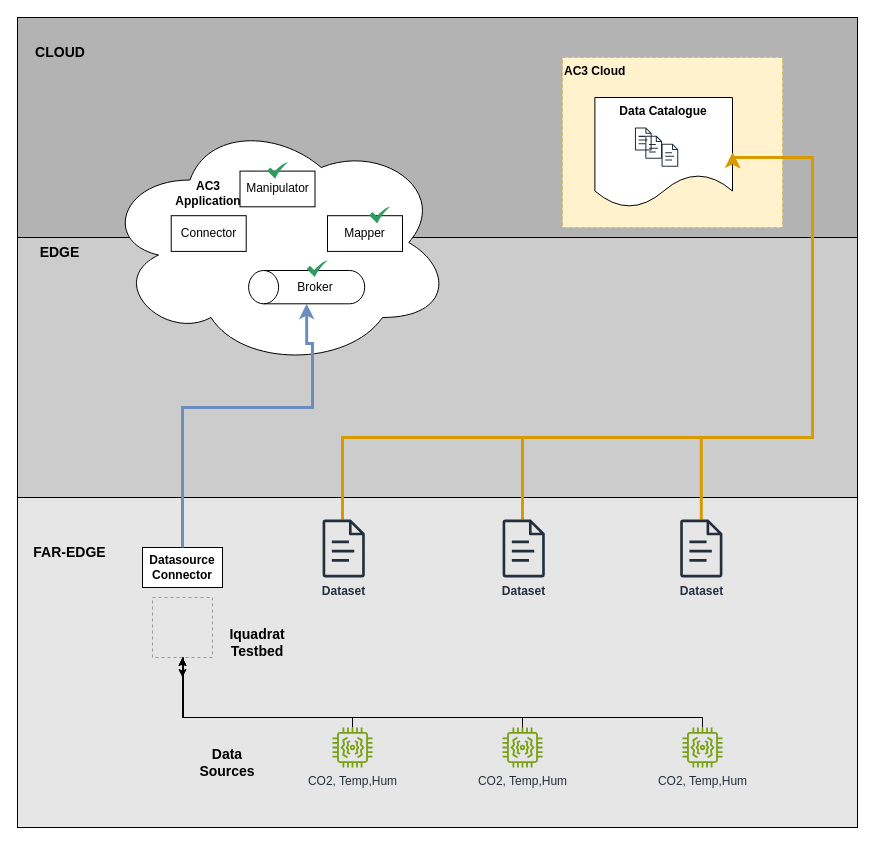
Earlier version of the draw.io diagram Untitled Diagram.drawio (jojedaiqu/ac3_diagrams). Source tidied: cells renumbered, new cells numbered last; positions are measured from the earlier drawing's top-left corner, leaving out a move shared by most shapes. Both pictures are drawn from the tidied source at 100%, with x=0, y=0 at pixel (17, 17). Pictures stored in the file or linked from it are replaced by grey dashed boxes.
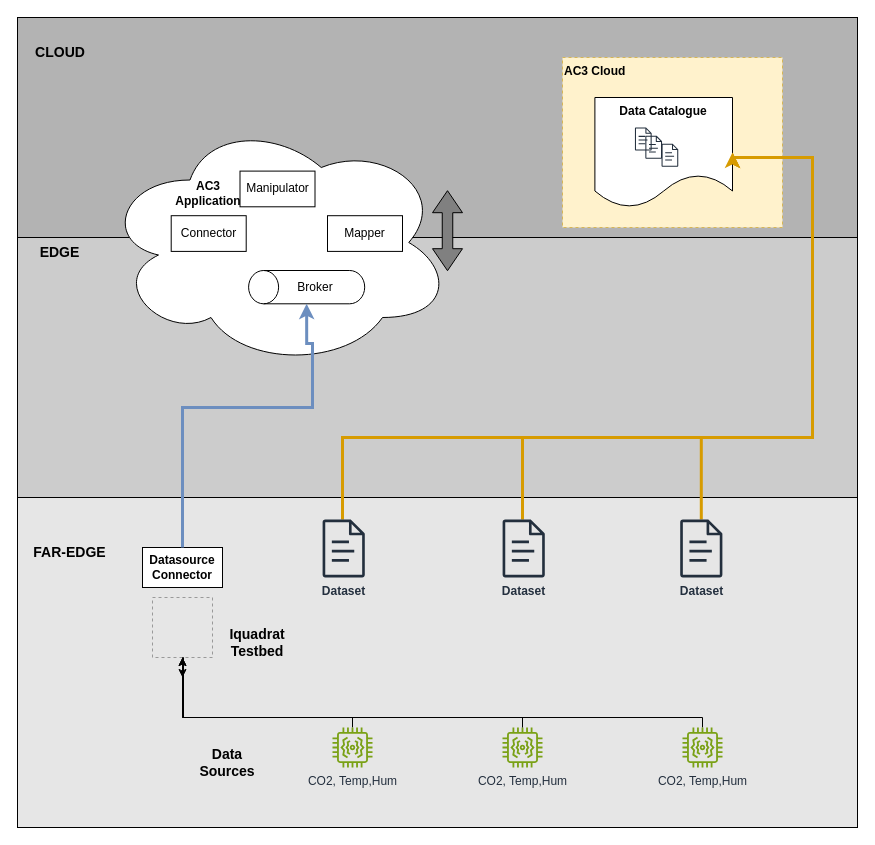
The same diagram, later.

Change to the diagram source:
```diff
@@
     <mxCell id="14" style="group;" parent="1" vertex="1">
-      <mxGeometry x="85" y="100" width="350" height="250" as="geometry" />
+      <mxGeometry x="85" y="100" width="385" height="250" as="geometry" />
     </mxCell>
@@
-    <mxCell id="23" style="sketch=0;html=1;strokeColor=none;shadow=0;align=center;fillColor=#2D9C5E;verticalAlign=top;labelPosition=center;verticalLabelPosition=bottom;shape=mxgraph.gcp2.check;" parent="14" vertex="1">
-      <mxGeometry x="164.6" y="44.6" width="20.8" height="16.7" as="geometry" />
-    </mxCell>
-    <mxCell id="24" style="sketch=0;html=1;strokeColor=none;shadow=0;align=center;fillColor=#2D9C5E;verticalAlign=top;labelPosition=center;verticalLabelPosition=bottom;shape=mxgraph.gcp2.check;" parent="14" vertex="1">
-      <mxGeometry x="266.7" y="89.3" width="20.8" height="16.7" as="geometry" />
-    </mxCell>
-    <mxCell id="25" style="sketch=0;html=1;strokeColor=none;shadow=0;align=center;fillColor=#2D9C5E;verticalAlign=top;labelPosition=center;verticalLabelPosition=bottom;shape=mxgraph.gcp2.check;" parent="14" vertex="1">
-      <mxGeometry x="204.2" y="142.9" width="20.8" height="16.7" as="geometry" />
-    </mxCell>
+    <mxCell id="43" style="html=1;shadow=0;dashed=0;align=center;verticalAlign=middle;shape=mxgraph.arrows2.twoWayArrow;dy=0.65;dx=22;rotation=90;fillColor=#808080;" parent="14" vertex="1">
+      <mxGeometry x="305" y="98.2" width="80" height="30" as="geometry" />
+    </mxCell>
```
